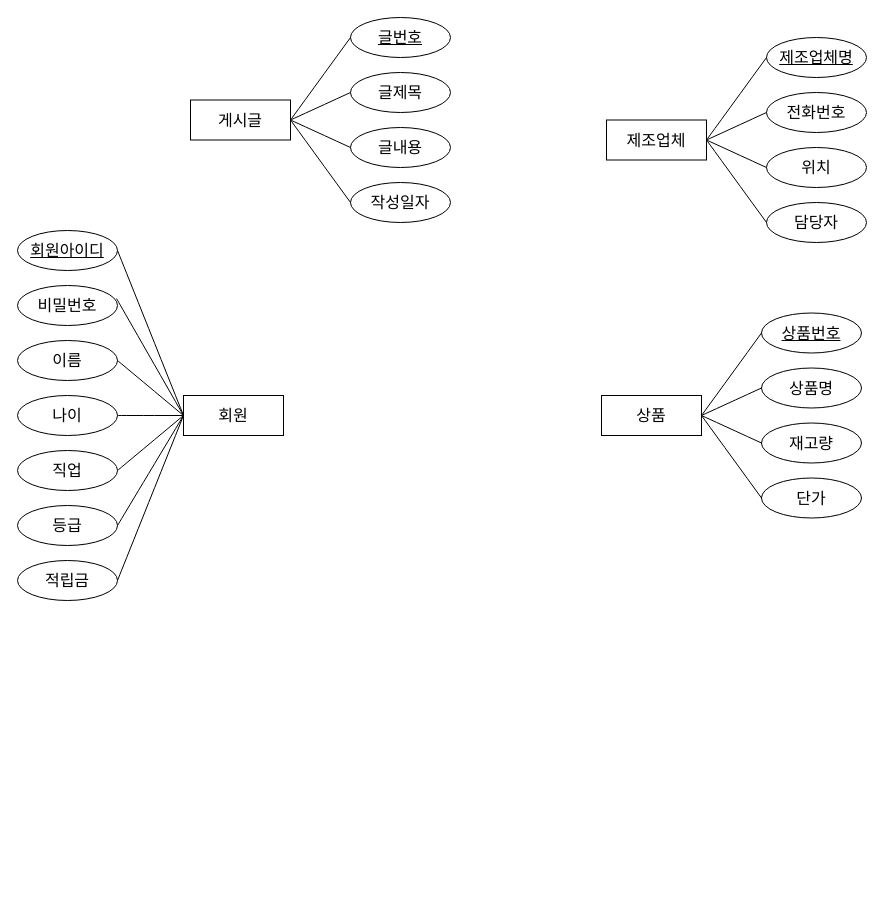
Unbbox/oraclesource keeps this draw.io diagram as page "ERD" (1 of 2) of 한빛마트.drawio. Above is the earlier version. Source tidied: cells renumbered, new cells numbered last; positions are measured from the earlier drawing's top-left corner, leaving out a move shared by most shapes. Both pictures are drawn from the tidied source at 100%, with x=0, y=0 at pixel (17, 17).
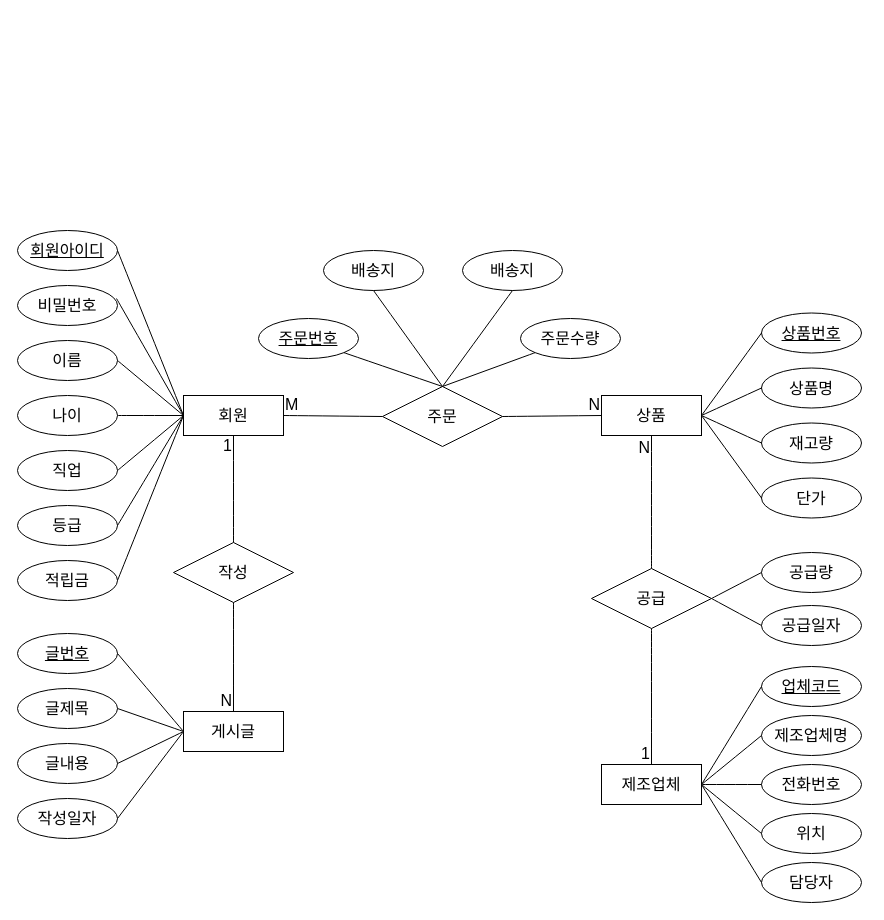
The same diagram, later.

Commit message (it also covers changes not shown here):
한빛마트.drawio 업데이트

Unchanged cells that the change refers to:
```xml
<mxCell id="2" value="회원" style="whiteSpace=wrap;html=1;align=center;fontSize=16;" parent="1" vertex="1">
  <mxGeometry x="166" y="378" width="100" height="40" as="geometry" />
</mxCell>
<mxCell id="3" value="상품" style="whiteSpace=wrap;html=1;align=center;fontSize=16;" parent="1" vertex="1">
  <mxGeometry x="584" y="378" width="100" height="40" as="geometry" />
</mxCell>
```

The edit, as a diff of the source:
```diff
@@
     <mxCell id="22" value="제조업체" style="whiteSpace=wrap;html=1;align=center;fontSize=16;" parent="1" vertex="1">
-      <mxGeometry x="589" y="102.5" width="100" height="40" as="geometry" />
+      <mxGeometry x="584" y="747" width="100" height="40" as="geometry" />
     </mxCell>
-    <mxCell id="23" value="제조업체명" style="ellipse;whiteSpace=wrap;html=1;align=center;fontStyle=4;fontSize=16;" parent="1" vertex="1">
-      <mxGeometry x="749" y="20" width="100" height="40" as="geometry" />
+    <mxCell id="23" value="업체코드" style="ellipse;whiteSpace=wrap;html=1;align=center;fontStyle=4;fontSize=16;" parent="1" vertex="1">
+      <mxGeometry x="744" y="649" width="100" height="40" as="geometry" />
     </mxCell>
     <mxCell id="24" value="전화번호" style="ellipse;whiteSpace=wrap;html=1;align=center;fontSize=16;" parent="1" vertex="1">
-      <mxGeometry x="749" y="75" width="100" height="40" as="geometry" />
+      <mxGeometry x="744" y="747" width="100" height="40" as="geometry" />
     </mxCell>
     <mxCell id="25" value="위치" style="ellipse;whiteSpace=wrap;html=1;align=center;fontSize=16;" parent="1" vertex="1">
-      <mxGeometry x="749" y="130" width="100" height="40" as="geometry" />
+      <mxGeometry x="744" y="796" width="100" height="40" as="geometry" />
     </mxCell>
     <mxCell id="26" value="담당자" style="ellipse;whiteSpace=wrap;html=1;align=center;fontSize=16;" parent="1" vertex="1">
-      <mxGeometry x="749" y="185" width="100" height="40" as="geometry" />
+      <mxGeometry x="744" y="845" width="100" height="40" as="geometry" />
     </mxCell>
@@
     <mxCell id="35" value="게시글" style="whiteSpace=wrap;html=1;align=center;fontSize=16;" parent="1" vertex="1">
-      <mxGeometry x="173" y="82.5" width="100" height="40" as="geometry" />
+      <mxGeometry x="166" y="694" width="100" height="40" as="geometry" />
     </mxCell>
     <mxCell id="36" value="글번호" style="ellipse;whiteSpace=wrap;html=1;align=center;fontStyle=4;fontSize=16;" parent="1" vertex="1">
-      <mxGeometry x="333" width="100" height="40" as="geometry" />
+      <mxGeometry y="616" width="100" height="40" as="geometry" />
     </mxCell>
     <mxCell id="37" value="글제목" style="ellipse;whiteSpace=wrap;html=1;align=center;fontSize=16;" parent="1" vertex="1">
-      <mxGeometry x="333" y="55" width="100" height="40" as="geometry" />
+      <mxGeometry y="671" width="100" height="40" as="geometry" />
     </mxCell>
     <mxCell id="38" value="글내용" style="ellipse;whiteSpace=wrap;html=1;align=center;fontSize=16;" parent="1" vertex="1">
-      <mxGeometry x="333" y="110" width="100" height="40" as="geometry" />
+      <mxGeometry y="726" width="100" height="40" as="geometry" />
     </mxCell>
     <mxCell id="39" value="작성일자" style="ellipse;whiteSpace=wrap;html=1;align=center;fontSize=16;" parent="1" vertex="1">
-      <mxGeometry x="333" y="165" width="100" height="40" as="geometry" />
+      <mxGeometry y="781" width="100" height="40" as="geometry" />
     </mxCell>
-    <mxCell id="40" style="endArrow=none;html=1;rounded=0;fontSize=12;startSize=8;endSize=8;curved=1;exitX=1;exitY=0.5;exitDx=0;exitDy=0;entryX=0;entryY=0.5;entryDx=0;entryDy=0;" parent="1" edge="1" source="35" target="36">
+    <mxCell id="40" style="endArrow=none;html=1;rounded=0;fontSize=12;startSize=8;endSize=8;curved=1;exitX=0;exitY=0.5;exitDx=0;exitDy=0;entryX=1;entryY=0.5;entryDx=0;entryDy=0;" parent="1" edge="1" source="35" target="36">
       <mxGeometry relative="1" as="geometry" />
     </mxCell>
-    <mxCell id="41" style="endArrow=none;html=1;rounded=0;fontSize=12;startSize=8;endSize=8;curved=1;exitX=1;exitY=0.5;exitDx=0;exitDy=0;entryX=0;entryY=0.5;entryDx=0;entryDy=0;" parent="1" edge="1" source="35" target="37">
+    <mxCell id="41" style="endArrow=none;html=1;rounded=0;fontSize=12;startSize=8;endSize=8;curved=1;exitX=0;exitY=0.5;exitDx=0;exitDy=0;entryX=1;entryY=0.5;entryDx=0;entryDy=0;" parent="1" edge="1" source="35" target="37">
       <mxGeometry relative="1" as="geometry" />
     </mxCell>
-    <mxCell id="42" style="endArrow=none;html=1;rounded=0;fontSize=12;startSize=8;endSize=8;curved=1;exitX=1;exitY=0.5;exitDx=0;exitDy=0;entryX=0;entryY=0.5;entryDx=0;entryDy=0;" parent="1" edge="1" source="35" target="38">
+    <mxCell id="42" style="endArrow=none;html=1;rounded=0;fontSize=12;startSize=8;endSize=8;curved=1;exitX=0;exitY=0.5;exitDx=0;exitDy=0;entryX=1;entryY=0.5;entryDx=0;entryDy=0;" parent="1" edge="1" source="35" target="38">
       <mxGeometry relative="1" as="geometry" />
     </mxCell>
-    <mxCell id="43" style="endArrow=none;html=1;rounded=0;fontSize=12;startSize=8;endSize=8;curved=1;exitX=1;exitY=0.5;exitDx=0;exitDy=0;entryX=0;entryY=0.5;entryDx=0;entryDy=0;" parent="1" edge="1" source="35" target="39">
+    <mxCell id="43" style="endArrow=none;html=1;rounded=0;fontSize=12;startSize=8;endSize=8;curved=1;exitX=0;exitY=0.5;exitDx=0;exitDy=0;entryX=1;entryY=0.5;entryDx=0;entryDy=0;" parent="1" edge="1" source="35" target="39">
       <mxGeometry relative="1" as="geometry" />
     </mxCell>
+    <mxCell id="44" value="제조업체명" style="ellipse;whiteSpace=wrap;html=1;align=center;fontSize=16;" parent="1" vertex="1">
+      <mxGeometry x="744" y="698" width="100" height="40" as="geometry" />
+    </mxCell>
+    <mxCell id="45" style="endArrow=none;html=1;rounded=0;fontSize=12;startSize=8;endSize=8;curved=1;exitX=1;exitY=0.5;exitDx=0;exitDy=0;entryX=0;entryY=0.5;entryDx=0;entryDy=0;" parent="1" edge="1" source="22" target="44">
+      <mxGeometry relative="1" as="geometry" />
+    </mxCell>
+    <mxCell id="46" style="endArrow=none;html=1;rounded=0;fontSize=12;startSize=8;endSize=8;curved=1;exitX=1;exitY=0.5;exitDx=0;exitDy=0;entryX=0;entryY=0.5;entryDx=0;entryDy=0;" parent="1" edge="1" source="50" target="3">
+      <mxGeometry relative="1" as="geometry" />
+    </mxCell>
+    <mxCell id="47" value="N" style="html=1;whiteSpace=wrap;align=right;verticalAlign=bottom;fontSize=16;" parent="46" vertex="1">
+      <mxGeometry x="1" relative="1" as="geometry" />
+    </mxCell>
+    <mxCell id="48" style="endArrow=none;html=1;rounded=0;fontSize=12;startSize=8;endSize=8;curved=1;exitX=1;exitY=0.5;exitDx=0;exitDy=0;entryX=0;entryY=0.5;entryDx=0;entryDy=0;" parent="1" edge="1" source="2" target="50">
+      <mxGeometry relative="1" as="geometry" />
+    </mxCell>
+    <mxCell id="49" value="M" style="html=1;whiteSpace=wrap;align=left;verticalAlign=bottom;fontSize=16;" parent="48" vertex="1">
+      <mxGeometry x="-1" relative="1" as="geometry" />
+    </mxCell>
+    <mxCell id="50" value="주문" style="shape=rhombus;perimeter=rhombusPerimeter;whiteSpace=wrap;html=1;align=center;fontSize=16;" parent="1" vertex="1">
+      <mxGeometry x="365" y="369" width="120" height="60" as="geometry" />
+    </mxCell>
+    <mxCell id="51" value="공급" style="shape=rhombus;perimeter=rhombusPerimeter;whiteSpace=wrap;html=1;align=center;fontSize=16;" parent="1" vertex="1">
+      <mxGeometry x="574" y="551" width="120" height="60" as="geometry" />
+    </mxCell>
+    <mxCell id="52" style="endArrow=none;html=1;rounded=0;fontSize=12;startSize=8;endSize=8;curved=1;entryX=0.5;entryY=0;entryDx=0;entryDy=0;exitX=0.5;exitY=1;exitDx=0;exitDy=0;" parent="1" edge="1" source="51" target="22">
+      <mxGeometry relative="1" as="geometry" />
+    </mxCell>
+    <mxCell id="53" value="1" style="html=1;whiteSpace=wrap;align=right;verticalAlign=bottom;fontSize=16;" parent="52" vertex="1">
+      <mxGeometry x="1" relative="1" as="geometry" />
+    </mxCell>
+    <mxCell id="54" style="endArrow=none;html=1;rounded=0;fontSize=12;startSize=8;endSize=8;curved=1;entryX=0.5;entryY=1;entryDx=0;entryDy=0;exitX=0.5;exitY=0;exitDx=0;exitDy=0;" parent="1" edge="1" source="51" target="3">
+      <mxGeometry relative="1" as="geometry" />
+    </mxCell>
+    <mxCell id="55" value="N" style="html=1;whiteSpace=wrap;align=right;verticalAlign=bottom;fontSize=16;" parent="54" vertex="1">
+      <mxGeometry x="1" relative="1" as="geometry">
+        <mxPoint y="23" as="offset" />
+      </mxGeometry>
+    </mxCell>
+    <mxCell id="56" value="공급량" style="ellipse;whiteSpace=wrap;html=1;align=center;fontSize=16;" parent="1" vertex="1">
+      <mxGeometry x="744" y="535" width="100" height="40" as="geometry" />
+    </mxCell>
+    <mxCell id="57" value="공급일자" style="ellipse;whiteSpace=wrap;html=1;align=center;fontSize=16;" parent="1" vertex="1">
+      <mxGeometry x="744" y="588" width="100" height="40" as="geometry" />
+    </mxCell>
+    <mxCell id="58" style="endArrow=none;html=1;rounded=0;fontSize=12;startSize=8;endSize=8;curved=1;exitX=1;exitY=0.5;exitDx=0;exitDy=0;entryX=0;entryY=0.5;entryDx=0;entryDy=0;" parent="1" edge="1" source="51" target="56">
+      <mxGeometry relative="1" as="geometry" />
+    </mxCell>
+    <mxCell id="59" style="endArrow=none;html=1;rounded=0;fontSize=12;startSize=8;endSize=8;curved=1;exitX=1;exitY=0.5;exitDx=0;exitDy=0;entryX=0;entryY=0.5;entryDx=0;entryDy=0;" parent="1" edge="1" source="51" target="57">
+      <mxGeometry relative="1" as="geometry" />
+    </mxCell>
+    <mxCell id="60" value="배송지" style="ellipse;whiteSpace=wrap;html=1;align=center;fontSize=16;" parent="1" vertex="1">
+      <mxGeometry x="306" y="233" width="100" height="40" as="geometry" />
+    </mxCell>
+    <mxCell id="61" value="배송지" style="ellipse;whiteSpace=wrap;html=1;align=center;fontSize=16;" parent="1" vertex="1">
+      <mxGeometry x="445" y="233" width="100" height="40" as="geometry" />
+    </mxCell>
+    <mxCell id="62" value="주문수량" style="ellipse;whiteSpace=wrap;html=1;align=center;fontSize=16;" parent="1" vertex="1">
+      <mxGeometry x="503" y="301" width="100" height="40" as="geometry" />
+    </mxCell>
+    <mxCell id="63" value="주문번호" style="ellipse;whiteSpace=wrap;html=1;align=center;fontStyle=4;fontSize=16;" parent="1" vertex="1">
+      <mxGeometry x="241" y="301" width="100" height="40" as="geometry" />
+    </mxCell>
+    <mxCell id="64" value="작성" style="shape=rhombus;perimeter=rhombusPerimeter;whiteSpace=wrap;html=1;align=center;fontSize=16;" parent="1" vertex="1">
+      <mxGeometry x="156" y="525" width="120" height="60" as="geometry" />
+    </mxCell>
+    <mxCell id="65" style="endArrow=none;html=1;rounded=0;fontSize=12;startSize=8;endSize=8;curved=1;exitX=0.5;exitY=1;exitDx=0;exitDy=0;entryX=0.5;entryY=0;entryDx=0;entryDy=0;" parent="1" edge="1" source="64" target="35">
+      <mxGeometry relative="1" as="geometry" />
+    </mxCell>
+    <mxCell id="66" value="N" style="html=1;whiteSpace=wrap;align=right;verticalAlign=bottom;fontSize=16;" parent="65" vertex="1">
+      <mxGeometry x="1" relative="1" as="geometry" />
+    </mxCell>
+    <mxCell id="67" style="endArrow=none;html=1;rounded=0;fontSize=12;startSize=8;endSize=8;curved=1;entryX=0.5;entryY=1;entryDx=0;entryDy=0;exitX=0.5;exitY=0;exitDx=0;exitDy=0;" parent="1" edge="1" source="64" target="2">
+      <mxGeometry relative="1" as="geometry" />
+    </mxCell>
+    <mxCell id="68" value="1" style="html=1;whiteSpace=wrap;align=right;verticalAlign=bottom;fontSize=16;" parent="67" vertex="1">
+      <mxGeometry x="1" relative="1" as="geometry">
+        <mxPoint y="21" as="offset" />
+      </mxGeometry>
+    </mxCell>
+    <mxCell id="69" style="endArrow=none;html=1;rounded=0;fontSize=12;startSize=8;endSize=8;curved=1;exitX=1;exitY=1;exitDx=0;exitDy=0;entryX=0.5;entryY=0;entryDx=0;entryDy=0;" parent="1" edge="1" source="63" target="50">
+      <mxGeometry relative="1" as="geometry" />
+    </mxCell>
+    <mxCell id="70" style="endArrow=none;html=1;rounded=0;fontSize=12;startSize=8;endSize=8;curved=1;entryX=0.5;entryY=0;entryDx=0;entryDy=0;exitX=0;exitY=1;exitDx=0;exitDy=0;" parent="1" edge="1" source="62" target="50">
+      <mxGeometry relative="1" as="geometry" />
+    </mxCell>
+    <mxCell id="71" style="endArrow=none;html=1;rounded=0;fontSize=12;startSize=8;endSize=8;curved=1;exitX=0.5;exitY=1;exitDx=0;exitDy=0;entryX=0.5;entryY=0;entryDx=0;entryDy=0;" parent="1" edge="1" source="61" target="50">
+      <mxGeometry relative="1" as="geometry" />
+    </mxCell>
+    <mxCell id="72" style="endArrow=none;html=1;rounded=0;fontSize=12;startSize=8;endSize=8;curved=1;exitX=0.5;exitY=1;exitDx=0;exitDy=0;entryX=0.5;entryY=0;entryDx=0;entryDy=0;" parent="1" edge="1" source="60" target="50">
+      <mxGeometry relative="1" as="geometry" />
+    </mxCell>
```
